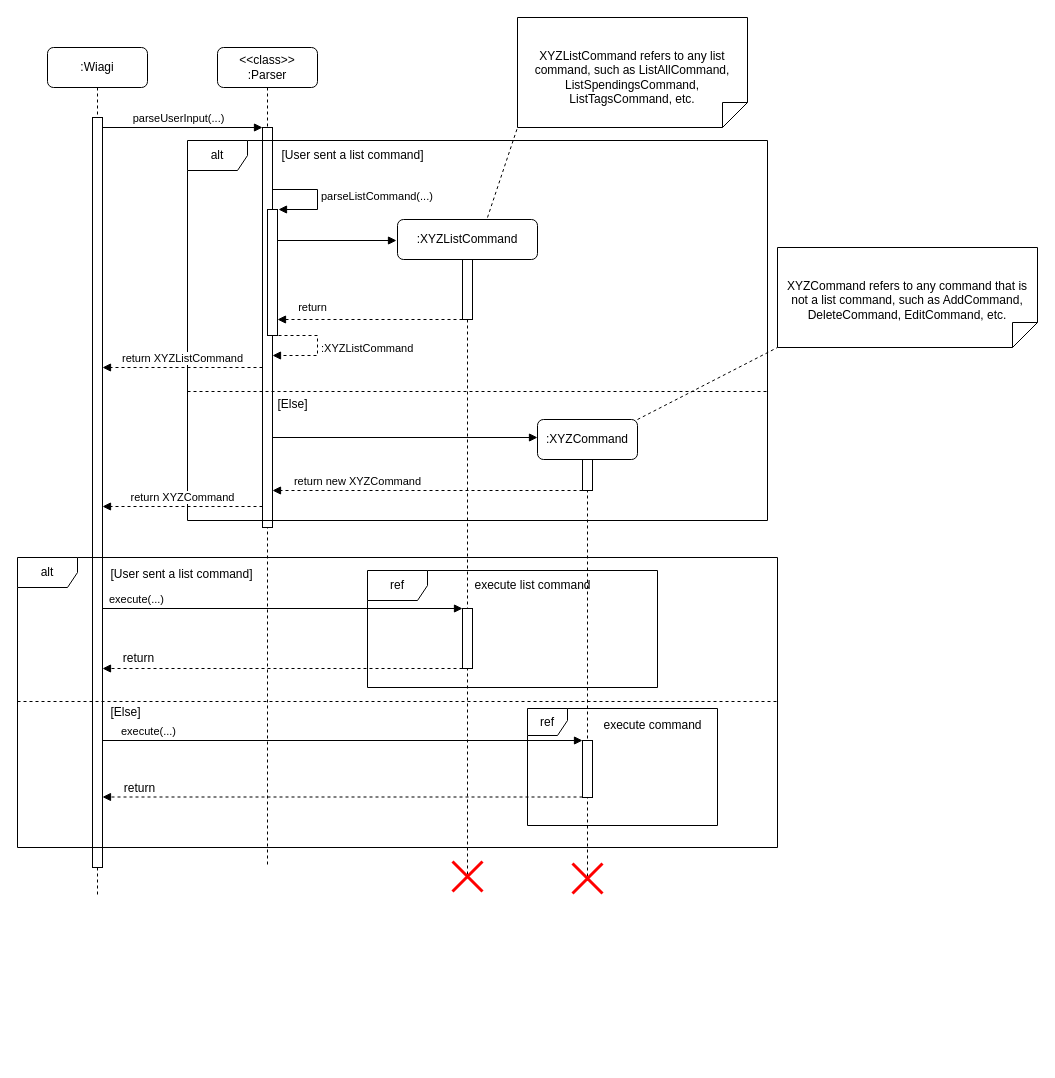
The draw.io diagram docs/Diagrams/Commands/commandHandling.drawio in wongwh2002/CS2113TeamProject, before the edit. Source tidied: cells renumbered, new cells numbered last; positions are measured from the earlier drawing's top-left corner, leaving out a move shared by most shapes. Both pictures are drawn from the tidied source at 100%, with x=0, y=0 at pixel (17, 17).
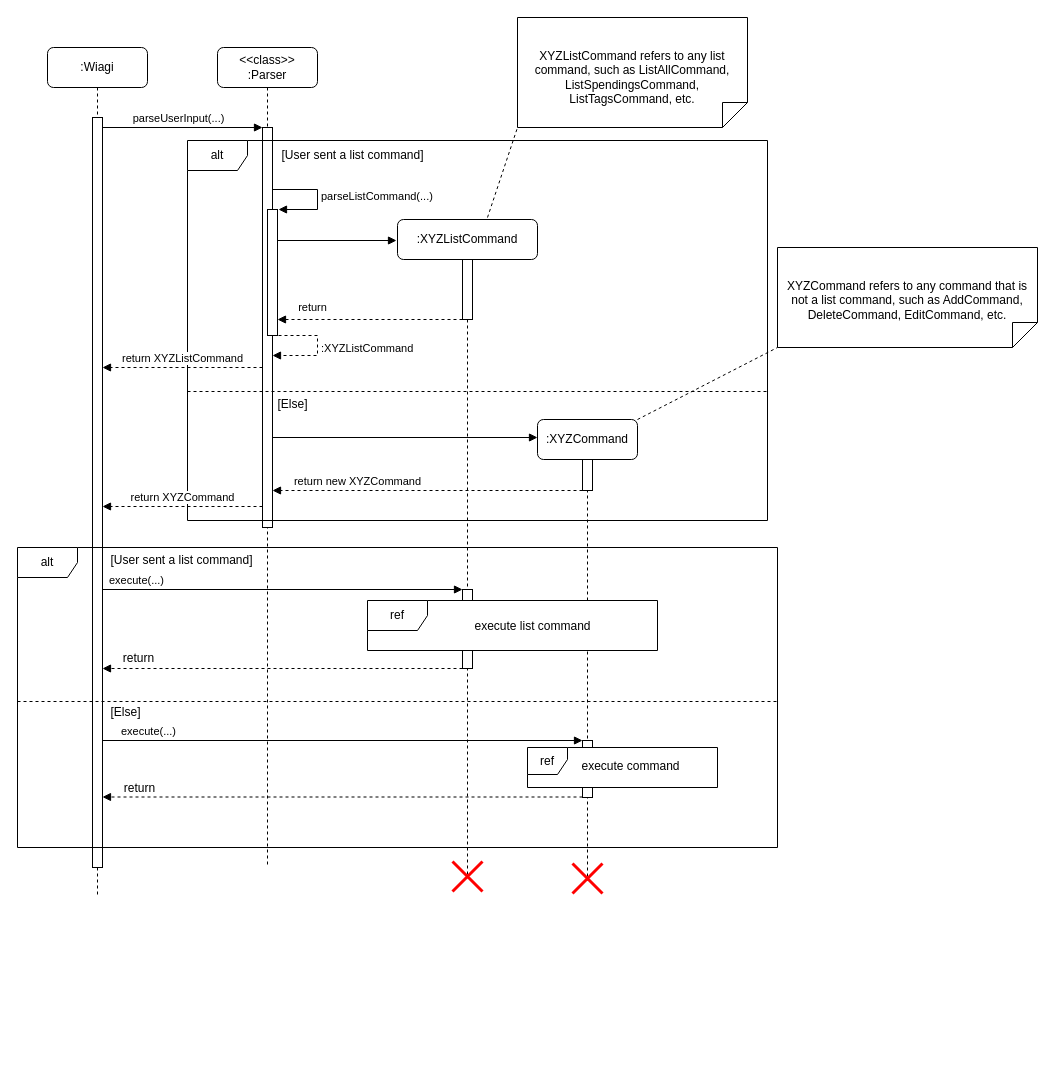
The same diagram, later.

The change refers to these unchanged cells:
```xml
<mxCell id="12" value=":XYZListCommand" style="shape=umlLifeline;perimeter=lifelinePerimeter;whiteSpace=wrap;html=1;newEdgeStyle={&quot;curved&quot;:0,&quot;rounded&quot;:0};rounded=1;" parent="1" vertex="1">
  <mxGeometry x="380" y="202" width="140" height="658" as="geometry" />
</mxCell>
<mxCell id="21" style="group;" parent="1" vertex="1">
  <mxGeometry x="170" y="123" width="580" height="920" as="geometry" />
</mxCell>
```

Change to the diagram source:
```diff
@@
     <mxCell id="14" style="html=1;perimeter=orthogonalPerimeter;targetShapes=umlLifeline;newEdgeStyle={&quot;curved&quot;:0,&quot;rounded&quot;:0};" parent="12" vertex="1">
-      <mxGeometry x="65" y="389" width="10" height="60" as="geometry" />
+      <mxGeometry x="65" y="370" width="10" height="79" as="geometry" />
     </mxCell>
@@
     <mxCell id="17" value="execute(...)" style="html=1;verticalAlign=bottom;endArrow=block;curved=0;rounded=0;" parent="1" edge="1">
       <mxGeometry x="-0.81" relative="1" as="geometry">
-        <mxPoint x="85" y="591" as="sourcePoint" />
-        <mxPoint x="445" y="591" as="targetPoint" />
+        <mxPoint x="85" y="572" as="sourcePoint" />
+        <mxPoint x="445" y="572" as="targetPoint" />
       </mxGeometry>
     </mxCell>
@@
-    <mxCell id="33" value="ref" style="shape=umlFrame;whiteSpace=wrap;html=1;" parent="21" vertex="1">
-      <mxGeometry x="180" y="430" width="290" height="117" as="geometry" />
+    <mxCell id="33" value="ref" style="shape=umlFrame;whiteSpace=wrap;html=1;swimlaneFillColor=default;" parent="21" vertex="1">
+      <mxGeometry x="180" y="460" width="290" height="50" as="geometry" />
     </mxCell>
     <mxCell id="34" value="execute list command" style="text;html=1;align=center;verticalAlign=middle;strokeColor=none;fillColor=none;" parent="21" vertex="1">
-      <mxGeometry x="275" y="430" width="140" height="30" as="geometry" />
+      <mxGeometry x="275" y="471" width="140" height="30" as="geometry" />
     </mxCell>
-    <mxCell id="35" value="ref" style="shape=umlFrame;whiteSpace=wrap;html=1;width=40;height=27;" parent="21" vertex="1">
-      <mxGeometry x="340" y="568" width="190" height="117" as="geometry" />
+    <mxCell id="35" value="ref" style="shape=umlFrame;whiteSpace=wrap;html=1;width=40;height=27;swimlaneFillColor=default;" parent="21" vertex="1">
+      <mxGeometry x="340" y="607" width="190" height="40" as="geometry" />
     </mxCell>
     <mxCell id="36" value="execute command" style="text;html=1;align=center;verticalAlign=middle;strokeColor=none;fillColor=none;" parent="21" vertex="1">
-      <mxGeometry x="405" y="570" width="120" height="30" as="geometry" />
+      <mxGeometry x="383" y="611" width="120" height="30" as="geometry" />
     </mxCell>
@@
     <mxCell id="39" value="alt" style="shape=umlFrame;whiteSpace=wrap;html=1;" parent="1" vertex="1">
-      <mxGeometry y="540" width="760" height="290" as="geometry" />
+      <mxGeometry y="530" width="760" height="300" as="geometry" />
     </mxCell>
     <mxCell id="40" value="[User sent a list command]" style="text;html=1;align=center;verticalAlign=middle;strokeColor=none;fillColor=none;" parent="1" vertex="1">
-      <mxGeometry x="79" y="542" width="170" height="30" as="geometry" />
+      <mxGeometry x="79" y="528" width="170" height="30" as="geometry" />
     </mxCell>
```
